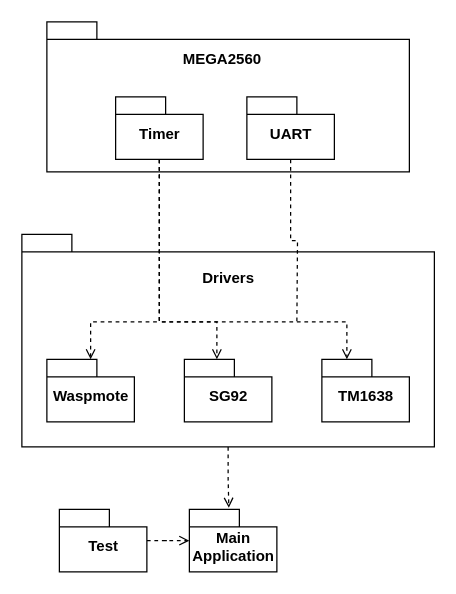
The draw.io diagram page "Package diagram" (3 of 3) of Project/diagrams/architecture.drawio in skjesp/AMS, before the edit. Source tidied: cells renumbered, new cells numbered last; positions are measured from the earlier drawing's top-left corner, leaving out a move shared by most shapes. Both pictures are drawn from the tidied source at 125%, with x=0, y=0 at pixel (21, 21).
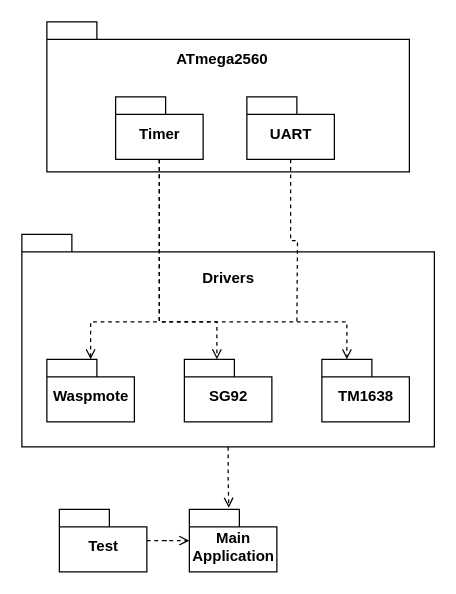
The same diagram, later.

The edit, as a diff of the source:
```diff
@@
-    <mxCell id="18" value="&lt;b&gt;MEGA2560&lt;/b&gt;" style="text;html=1;align=center;verticalAlign=middle;" parent="1" vertex="1">
-      <mxGeometry x="120" y="20" width="80" height="20" as="geometry" />
+    <mxCell id="18" value="&lt;b&gt;ATmega2560&lt;/b&gt;" style="text;html=1;align=center;verticalAlign=middle;" parent="1" vertex="1">
+      <mxGeometry x="115" y="20" width="90" height="20" as="geometry" />
     </mxCell>
```
